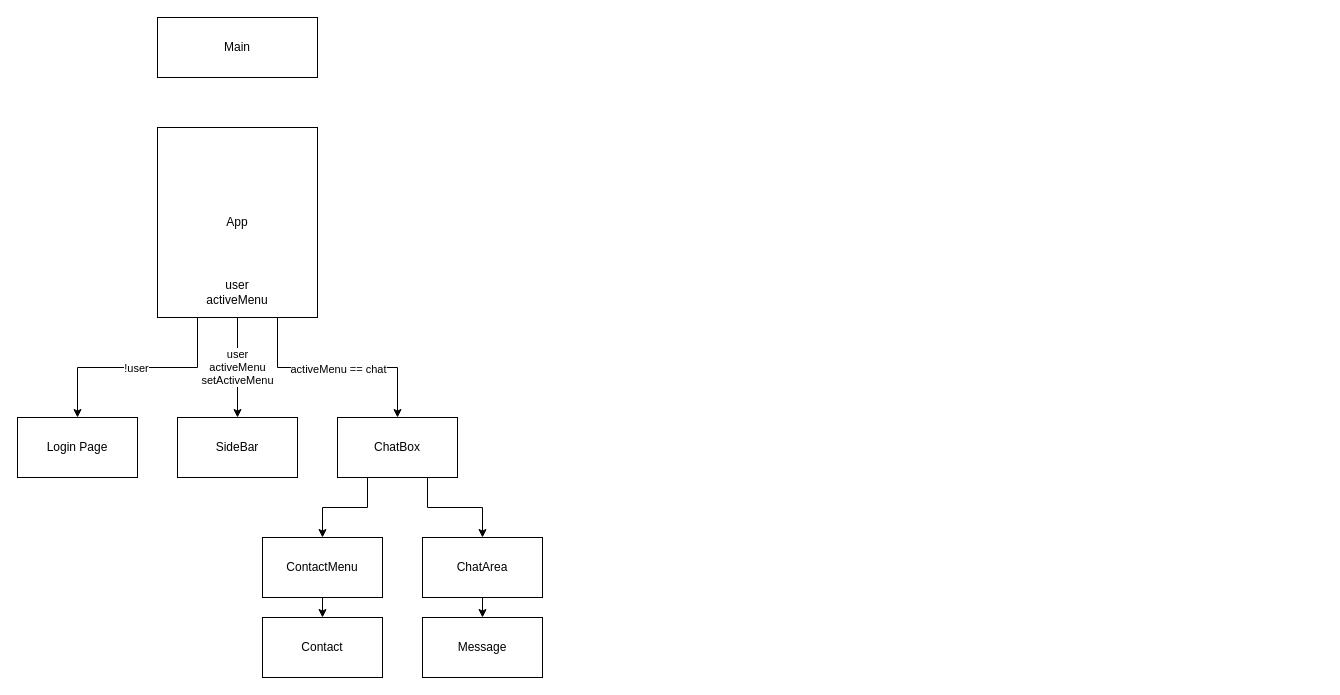
Above: Component Design.drawio in CreepyPasta69/Chat-app (draw.io), before the change. Source tidied: cells renumbered, new cells numbered last; positions are measured from the earlier drawing's top-left corner, leaving out a move shared by most shapes. Both pictures are drawn from the tidied source at 100%, with x=0, y=0 at pixel (17, 17).
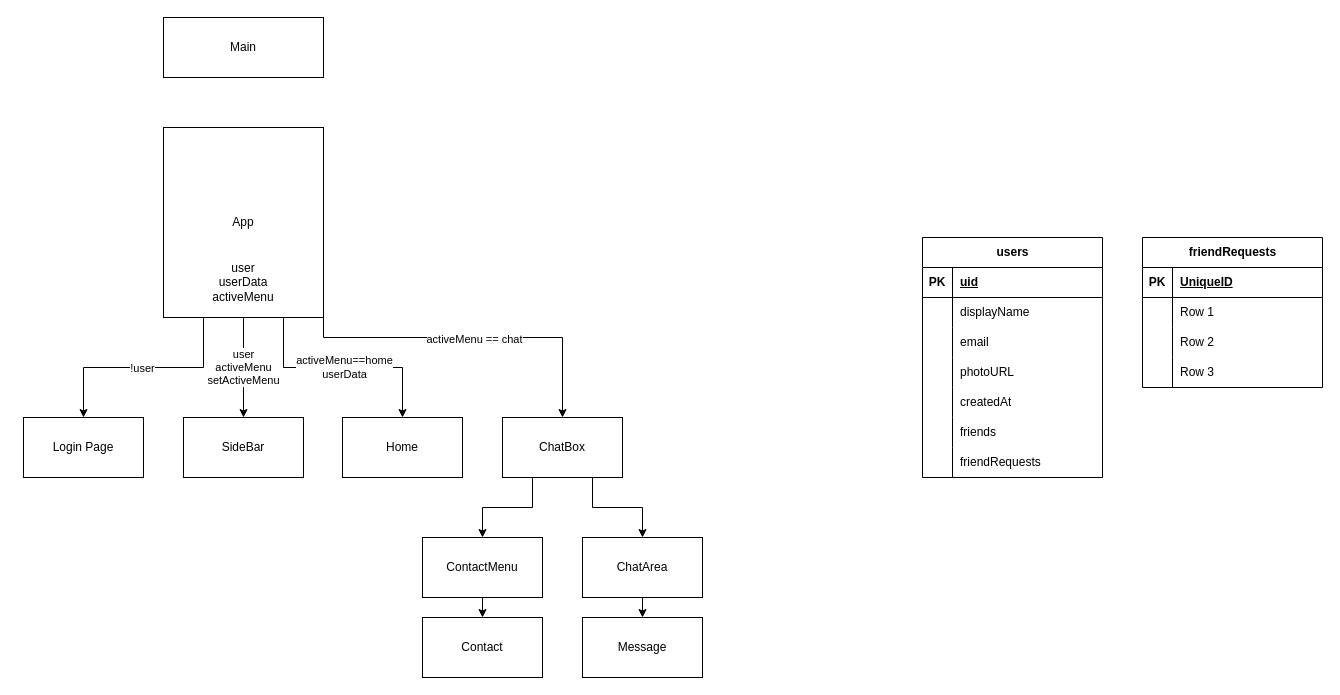
After the change.

What changed in the source:
```diff
@@
-    <mxCell id="6" style="edgeStyle=orthogonalEdgeStyle;rounded=0;jettySize=auto;html=1;exitX=0.75;exitY=1;exitDx=0;exitDy=0;entryX=0.5;entryY=0;entryDx=0;entryDy=0;" parent="1" edge="1" source="8" target="21">
-      <mxGeometry relative="1" as="geometry" />
+    <mxCell id="6" style="edgeStyle=orthogonalEdgeStyle;rounded=0;jettySize=auto;html=1;exitX=1;exitY=1;exitDx=0;exitDy=0;entryX=0.5;entryY=0;entryDx=0;entryDy=0;" parent="1" edge="1" source="8" target="21">
+      <mxGeometry relative="1" as="geometry">
+        <Array as="points">
+          <mxPoint x="306" y="320" />
+          <mxPoint x="545" y="320" />
+        </Array>
+      </mxGeometry>
     </mxCell>
@@
+    <mxCell id="22" style="edgeStyle=orthogonalEdgeStyle;rounded=0;jettySize=auto;html=1;exitX=0.75;exitY=1;exitDx=0;exitDy=0;entryX=0.5;entryY=0;entryDx=0;entryDy=0;" parent="1" edge="1" source="8" target="24">
+      <mxGeometry relative="1" as="geometry" />
+    </mxCell>
+    <mxCell id="23" value="activeMenu==home&lt;div&gt;userData&lt;/div&gt;" style="edgeLabel;html=1;align=center;verticalAlign=middle;" parent="22" vertex="1">
+      <mxGeometry y="1" relative="1" as="geometry" />
+    </mxCell>
     <mxCell id="8" value="App" style="rounded=0;whiteSpace=wrap;html=1;align=center;" parent="1" vertex="1">
-      <mxGeometry x="140" y="110" width="160" height="190" as="geometry" />
+      <mxGeometry x="146" y="110" width="160" height="190" as="geometry" />
     </mxCell>
     <mxCell id="9" value="Login Page" style="rounded=0;whiteSpace=wrap;html=1;" parent="1" vertex="1">
-      <mxGeometry y="400" width="120" height="60" as="geometry" />
+      <mxGeometry x="6" y="400" width="120" height="60" as="geometry" />
     </mxCell>
     <mxCell id="10" value="SideBar" style="rounded=0;whiteSpace=wrap;html=1;" parent="1" vertex="1">
-      <mxGeometry x="160" y="400" width="120" height="60" as="geometry" />
+      <mxGeometry x="166" y="400" width="120" height="60" as="geometry" />
     </mxCell>
@@
     <mxCell id="12" value="ChatArea" style="rounded=0;whiteSpace=wrap;html=1;" parent="1" vertex="1">
-      <mxGeometry x="405" y="520" width="120" height="60" as="geometry" />
+      <mxGeometry x="565" y="520" width="120" height="60" as="geometry" />
     </mxCell>
@@
     <mxCell id="14" value="ContactMenu" style="rounded=0;whiteSpace=wrap;html=1;" parent="1" vertex="1">
-      <mxGeometry x="245" y="520" width="120" height="60" as="geometry" />
+      <mxGeometry x="405" y="520" width="120" height="60" as="geometry" />
     </mxCell>
     <mxCell id="15" value="Message" style="rounded=0;whiteSpace=wrap;html=1;" parent="1" vertex="1">
-      <mxGeometry x="405" y="600" width="120" height="60" as="geometry" />
+      <mxGeometry x="565" y="600" width="120" height="60" as="geometry" />
     </mxCell>
     <mxCell id="16" value="Contact" style="rounded=0;whiteSpace=wrap;html=1;" parent="1" vertex="1">
-      <mxGeometry x="245" y="600" width="120" height="60" as="geometry" />
+      <mxGeometry x="405" y="600" width="120" height="60" as="geometry" />
     </mxCell>
     <mxCell id="17" value="Main" style="rounded=0;whiteSpace=wrap;html=1;" parent="1" vertex="1">
-      <mxGeometry x="140" width="160" height="60" as="geometry" />
+      <mxGeometry x="146" width="160" height="60" as="geometry" />
     </mxCell>
-    <mxCell id="18" value="user&lt;div&gt;activeMenu&lt;/div&gt;" style="text;html=1;align=center;verticalAlign=middle;whiteSpace=wrap;rounded=0;" parent="1" vertex="1">
-      <mxGeometry x="190" y="260" width="60" height="30" as="geometry" />
+    <mxCell id="18" value="user&lt;div&gt;userData&lt;br&gt;&lt;div&gt;activeMenu&lt;/div&gt;&lt;/div&gt;" style="text;html=1;align=center;verticalAlign=middle;whiteSpace=wrap;rounded=0;" parent="1" vertex="1">
+      <mxGeometry x="196" y="250" width="60" height="30" as="geometry" />
     </mxCell>
@@
     <mxCell id="21" value="ChatBox" style="rounded=0;whiteSpace=wrap;html=1;" parent="1" vertex="1">
-      <mxGeometry x="320" y="400" width="120" height="60" as="geometry" />
+      <mxGeometry x="485" y="400" width="120" height="60" as="geometry" />
     </mxCell>
+    <mxCell id="24" value="Home" style="rounded=0;whiteSpace=wrap;html=1;" parent="1" vertex="1">
+      <mxGeometry x="325" y="400" width="120" height="60" as="geometry" />
+    </mxCell>
+    <mxCell id="25" value="users" style="shape=table;startSize=30;childLayout=tableLayout;rowLines=0;fontStyle=1;align=center;html=1;" parent="1" vertex="1">
+      <mxGeometry x="905" y="220" width="180" height="240" as="geometry" />
+    </mxCell>
+    <mxCell id="26" style="shape=tableRow;horizontal=0;startSize=0;swimlaneHead=0;swimlaneBody=0;fillColor=none;top=0;left=0;right=0;bottom=1;" parent="25" vertex="1">
+      <mxGeometry y="30" width="180" height="30" as="geometry" />
+    </mxCell>
+    <mxCell id="27" value="PK" style="shape=partialRectangle;fillColor=none;top=0;left=0;bottom=0;right=0;fontStyle=1;overflow=hidden;whiteSpace=wrap;html=1;" parent="26" vertex="1">
+      <mxGeometry width="30" height="30" as="geometry" />
+    </mxCell>
+    <mxCell id="28" value="uid" style="shape=partialRectangle;fillColor=none;top=0;left=0;bottom=0;right=0;align=left;spacingLeft=6;fontStyle=5;overflow=hidden;whiteSpace=wrap;html=1;" parent="26" vertex="1">
+      <mxGeometry x="30" width="150" height="30" as="geometry" />
+    </mxCell>
+    <mxCell id="29" style="shape=tableRow;horizontal=0;startSize=0;swimlaneHead=0;swimlaneBody=0;fillColor=none;top=0;left=0;right=0;bottom=0;" parent="25" vertex="1">
+      <mxGeometry y="60" width="180" height="30" as="geometry" />
+    </mxCell>
+    <mxCell id="30" style="shape=partialRectangle;fillColor=none;top=0;left=0;bottom=0;right=0;overflow=hidden;whiteSpace=wrap;html=1;" parent="29" vertex="1">
+      <mxGeometry width="30" height="30" as="geometry" />
+    </mxCell>
+    <mxCell id="31" value="displayName" style="shape=partialRectangle;fillColor=none;top=0;left=0;bottom=0;right=0;align=left;spacingLeft=6;overflow=hidden;whiteSpace=wrap;html=1;" parent="29" vertex="1">
+      <mxGeometry x="30" width="150" height="30" as="geometry" />
+    </mxCell>
+    <mxCell id="32" style="shape=tableRow;horizontal=0;startSize=0;swimlaneHead=0;swimlaneBody=0;fillColor=none;top=0;left=0;right=0;bottom=0;" parent="25" vertex="1">
+      <mxGeometry y="90" width="180" height="30" as="geometry" />
+    </mxCell>
+    <mxCell id="33" style="shape=partialRectangle;fillColor=none;top=0;left=0;bottom=0;right=0;overflow=hidden;whiteSpace=wrap;html=1;" parent="32" vertex="1">
+      <mxGeometry width="30" height="30" as="geometry" />
+    </mxCell>
+    <mxCell id="34" value="email" style="shape=partialRectangle;fillColor=none;top=0;left=0;bottom=0;right=0;align=left;spacingLeft=6;overflow=hidden;whiteSpace=wrap;html=1;" parent="32" vertex="1">
+      <mxGeometry x="30" width="150" height="30" as="geometry" />
+    </mxCell>
+    <mxCell id="35" style="shape=tableRow;horizontal=0;startSize=0;swimlaneHead=0;swimlaneBody=0;fillColor=none;top=0;left=0;right=0;bottom=0;" parent="25" vertex="1">
+      <mxGeometry y="120" width="180" height="30" as="geometry" />
+    </mxCell>
+    <mxCell id="36" style="shape=partialRectangle;fillColor=none;top=0;left=0;bottom=0;right=0;overflow=hidden;whiteSpace=wrap;html=1;" parent="35" vertex="1">
+      <mxGeometry width="30" height="30" as="geometry" />
+    </mxCell>
+    <mxCell id="37" value="photoURL" style="shape=partialRectangle;fillColor=none;top=0;left=0;bottom=0;right=0;align=left;spacingLeft=6;overflow=hidden;whiteSpace=wrap;html=1;" parent="35" vertex="1">
+      <mxGeometry x="30" width="150" height="30" as="geometry" />
+    </mxCell>
+    <mxCell id="38" style="shape=tableRow;horizontal=0;startSize=0;swimlaneHead=0;swimlaneBody=0;fillColor=none;top=0;left=0;right=0;bottom=0;" parent="25" vertex="1">
+      <mxGeometry y="150" width="180" height="30" as="geometry" />
+    </mxCell>
+    <mxCell id="39" style="shape=partialRectangle;fillColor=none;top=0;left=0;bottom=0;right=0;overflow=hidden;whiteSpace=wrap;html=1;" parent="38" vertex="1">
+      <mxGeometry width="30" height="30" as="geometry" />
+    </mxCell>
+    <mxCell id="40" value="createdAt" style="shape=partialRectangle;fillColor=none;top=0;left=0;bottom=0;right=0;align=left;spacingLeft=6;overflow=hidden;whiteSpace=wrap;html=1;" parent="38" vertex="1">
+      <mxGeometry x="30" width="150" height="30" as="geometry" />
+    </mxCell>
+    <mxCell id="41" style="shape=tableRow;horizontal=0;startSize=0;swimlaneHead=0;swimlaneBody=0;fillColor=none;top=0;left=0;right=0;bottom=0;" parent="25" vertex="1">
+      <mxGeometry y="180" width="180" height="30" as="geometry" />
+    </mxCell>
+    <mxCell id="42" style="shape=partialRectangle;fillColor=none;top=0;left=0;bottom=0;right=0;overflow=hidden;whiteSpace=wrap;html=1;" parent="41" vertex="1">
+      <mxGeometry width="30" height="30" as="geometry" />
+    </mxCell>
+    <mxCell id="43" value="friends" style="shape=partialRectangle;fillColor=none;top=0;left=0;bottom=0;right=0;align=left;spacingLeft=6;overflow=hidden;whiteSpace=wrap;html=1;" parent="41" vertex="1">
+      <mxGeometry x="30" width="150" height="30" as="geometry" />
+    </mxCell>
+    <mxCell id="44" style="shape=tableRow;horizontal=0;startSize=0;swimlaneHead=0;swimlaneBody=0;fillColor=none;top=0;left=0;right=0;bottom=0;" parent="25" vertex="1">
+      <mxGeometry y="210" width="180" height="30" as="geometry" />
+    </mxCell>
+    <mxCell id="45" style="shape=partialRectangle;fillColor=none;top=0;left=0;bottom=0;right=0;overflow=hidden;whiteSpace=wrap;html=1;" parent="44" vertex="1">
+      <mxGeometry width="30" height="30" as="geometry" />
+    </mxCell>
+    <mxCell id="46" value="friendRequests" style="shape=partialRectangle;fillColor=none;top=0;left=0;bottom=0;right=0;align=left;spacingLeft=6;overflow=hidden;whiteSpace=wrap;html=1;" parent="44" vertex="1">
+      <mxGeometry x="30" width="150" height="30" as="geometry" />
+    </mxCell>
+    <mxCell id="47" value="friendRequests" style="shape=table;startSize=30;childLayout=tableLayout;rowLines=0;fontStyle=1;align=center;html=1;" parent="1" vertex="1">
+      <mxGeometry x="1125" y="220" width="180" height="150" as="geometry" />
+    </mxCell>
+    <mxCell id="48" style="shape=tableRow;horizontal=0;startSize=0;swimlaneHead=0;swimlaneBody=0;fillColor=none;top=0;left=0;right=0;bottom=1;" parent="47" vertex="1">
+      <mxGeometry y="30" width="180" height="30" as="geometry" />
+    </mxCell>
+    <mxCell id="49" value="PK" style="shape=partialRectangle;fillColor=none;top=0;left=0;bottom=0;right=0;fontStyle=1;overflow=hidden;whiteSpace=wrap;html=1;" parent="48" vertex="1">
+      <mxGeometry width="30" height="30" as="geometry" />
+    </mxCell>
+    <mxCell id="50" value="UniqueID" style="shape=partialRectangle;fillColor=none;top=0;left=0;bottom=0;right=0;align=left;spacingLeft=6;fontStyle=5;overflow=hidden;whiteSpace=wrap;html=1;" parent="48" vertex="1">
+      <mxGeometry x="30" width="150" height="30" as="geometry" />
+    </mxCell>
+    <mxCell id="51" style="shape=tableRow;horizontal=0;startSize=0;swimlaneHead=0;swimlaneBody=0;fillColor=none;top=0;left=0;right=0;bottom=0;" parent="47" vertex="1">
+      <mxGeometry y="60" width="180" height="30" as="geometry" />
+    </mxCell>
+    <mxCell id="52" style="shape=partialRectangle;fillColor=none;top=0;left=0;bottom=0;right=0;overflow=hidden;whiteSpace=wrap;html=1;" parent="51" vertex="1">
+      <mxGeometry width="30" height="30" as="geometry" />
+    </mxCell>
+    <mxCell id="53" value="Row 1" style="shape=partialRectangle;fillColor=none;top=0;left=0;bottom=0;right=0;align=left;spacingLeft=6;overflow=hidden;whiteSpace=wrap;html=1;" parent="51" vertex="1">
+      <mxGeometry x="30" width="150" height="30" as="geometry" />
+    </mxCell>
+    <mxCell id="54" style="shape=tableRow;horizontal=0;startSize=0;swimlaneHead=0;swimlaneBody=0;fillColor=none;top=0;left=0;right=0;bottom=0;" parent="47" vertex="1">
+      <mxGeometry y="90" width="180" height="30" as="geometry" />
+    </mxCell>
+    <mxCell id="55" style="shape=partialRectangle;fillColor=none;top=0;left=0;bottom=0;right=0;overflow=hidden;whiteSpace=wrap;html=1;" parent="54" vertex="1">
+      <mxGeometry width="30" height="30" as="geometry" />
+    </mxCell>
+    <mxCell id="56" value="Row 2" style="shape=partialRectangle;fillColor=none;top=0;left=0;bottom=0;right=0;align=left;spacingLeft=6;overflow=hidden;whiteSpace=wrap;html=1;" parent="54" vertex="1">
+      <mxGeometry x="30" width="150" height="30" as="geometry" />
+    </mxCell>
+    <mxCell id="57" style="shape=tableRow;horizontal=0;startSize=0;swimlaneHead=0;swimlaneBody=0;fillColor=none;top=0;left=0;right=0;bottom=0;" parent="47" vertex="1">
+      <mxGeometry y="120" width="180" height="30" as="geometry" />
+    </mxCell>
+    <mxCell id="58" style="shape=partialRectangle;fillColor=none;top=0;left=0;bottom=0;right=0;overflow=hidden;whiteSpace=wrap;html=1;" parent="57" vertex="1">
+      <mxGeometry width="30" height="30" as="geometry" />
+    </mxCell>
+    <mxCell id="59" value="Row 3" style="shape=partialRectangle;fillColor=none;top=0;left=0;bottom=0;right=0;align=left;spacingLeft=6;overflow=hidden;whiteSpace=wrap;html=1;" parent="57" vertex="1">
+      <mxGeometry x="30" width="150" height="30" as="geometry" />
+    </mxCell>
```
